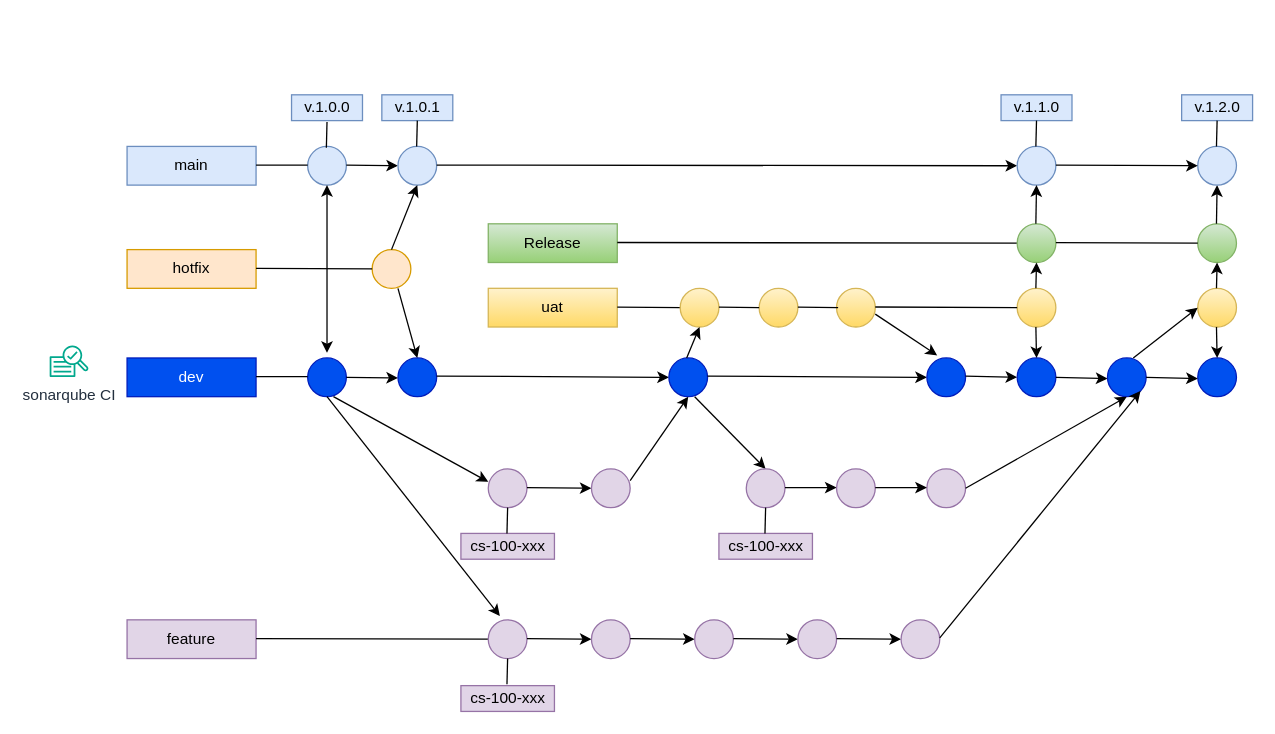
The draw.io diagram gitflow.drawio in chalermsakp/NestJS-DockerCompose, before the edit. Source tidied: cells renumbered, new cells numbered last; positions are measured from the earlier drawing's top-left corner, leaving out a move shared by most shapes. Both pictures are drawn from the tidied source at 129%, with x=0, y=0 at pixel (49, 94).
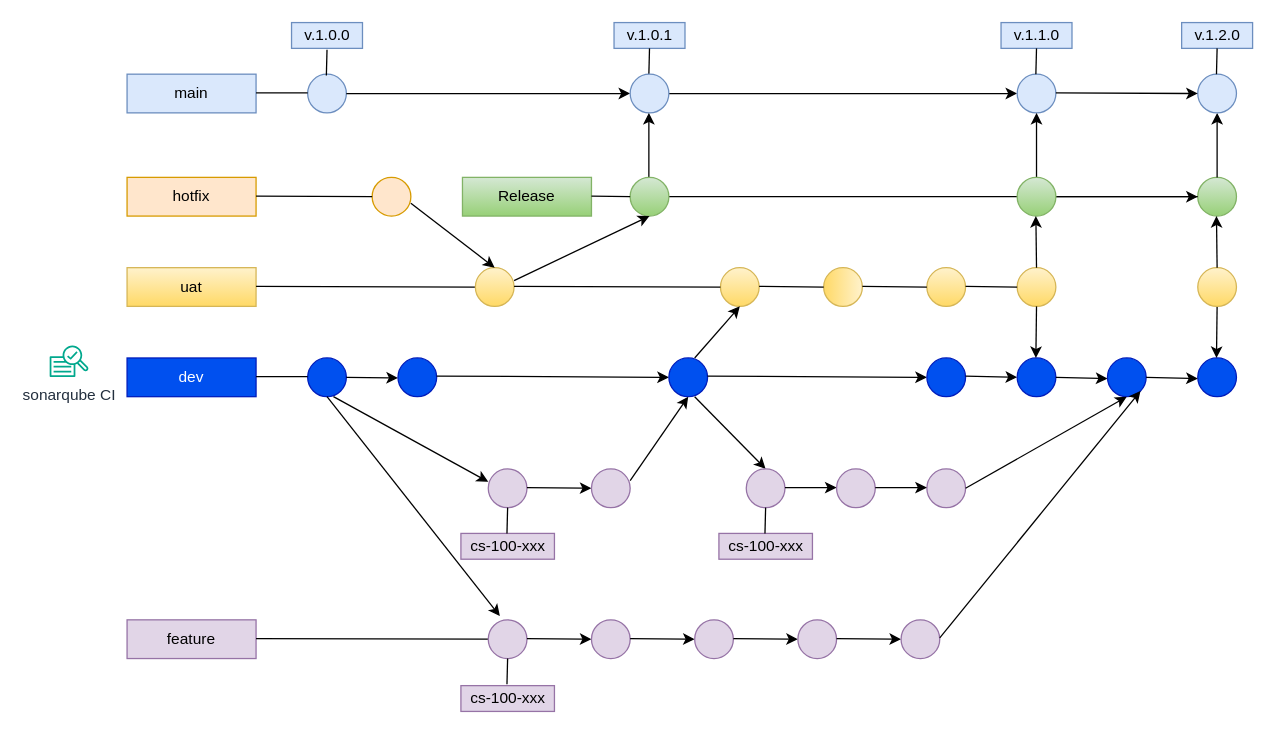
The same diagram, later.

The change refers to these unchanged cells:
```xml
<mxCell id="19" style="ellipse;whiteSpace=wrap;html=1;fillColor=#0050ef;strokeColor=#001DBC;fontColor=#ffffff;" parent="1" vertex="1">
  <mxGeometry x="270" y="204" width="30" height="30" as="geometry" />
</mxCell>
<mxCell id="44" style="ellipse;whiteSpace=wrap;html=1;fillColor=#0050ef;strokeColor=#001DBC;fontColor=#ffffff;" parent="1" vertex="1">
  <mxGeometry x="680" y="204" width="30" height="30" as="geometry" />
</mxCell>
<mxCell id="46" style="ellipse;whiteSpace=wrap;html=1;fillColor=#0050ef;strokeColor=#001DBC;fontColor=#ffffff;" parent="1" vertex="1">
  <mxGeometry x="750" y="204" width="30" height="30" as="geometry" />
</mxCell>
```

The edit, as a diff of the source:
```diff
@@
     <mxCell id="2" value="main" style="rounded=0;whiteSpace=wrap;html=1;fillColor=#dae8fc;strokeColor=#6c8ebf;" parent="1" vertex="1">
-      <mxGeometry x="60" y="40" width="100" height="30" as="geometry" />
+      <mxGeometry x="60" y="-16" width="100" height="30" as="geometry" />
     </mxCell>
     <mxCell id="3" value="hotfix" style="rounded=0;whiteSpace=wrap;html=1;fillColor=#ffe6cc;strokeColor=#d79b00;" parent="1" vertex="1">
-      <mxGeometry x="60" y="120" width="100" height="30" as="geometry" />
+      <mxGeometry x="60" y="64" width="100" height="30" as="geometry" />
     </mxCell>
@@
     <mxCell id="7" style="ellipse;whiteSpace=wrap;html=1;fillColor=#dae8fc;strokeColor=#6c8ebf;" parent="1" vertex="1">
-      <mxGeometry x="200" y="40" width="30" height="30" as="geometry" />
+      <mxGeometry x="200" y="-16" width="30" height="30" as="geometry" />
     </mxCell>
     <mxCell id="8" style="endArrow=none;html=1;rounded=0;" parent="1" edge="1">
       <mxGeometry relative="1" as="geometry">
-        <mxPoint x="160" y="54.5" as="sourcePoint" />
-        <mxPoint x="200" y="54.5" as="targetPoint" />
+        <mxPoint x="160" y="-1.5" as="sourcePoint" />
+        <mxPoint x="200" y="-1.5" as="targetPoint" />
       </mxGeometry>
     </mxCell>
     <mxCell id="9" style="endArrow=none;html=1;rounded=0;" parent="1" edge="1">
       <mxGeometry relative="1" as="geometry">
-        <mxPoint x="215" y="21" as="sourcePoint" />
-        <mxPoint x="214.5" y="41" as="targetPoint" />
+        <mxPoint x="215" y="-35" as="sourcePoint" />
+        <mxPoint x="214.5" y="-15" as="targetPoint" />
       </mxGeometry>
     </mxCell>
     <mxCell id="10" value="v.1.0.0" style="rounded=0;whiteSpace=wrap;html=1;fillColor=#dae8fc;strokeColor=#6c8ebf;" parent="1" vertex="1">
-      <mxGeometry x="187.5" width="55" height="20" as="geometry" />
+      <mxGeometry x="187.5" y="-56" width="55" height="20" as="geometry" />
     </mxCell>
-    <mxCell id="11" style="endArrow=classic;html=1;rounded=0;" parent="1" edge="1">
-      <mxGeometry relative="1" as="geometry">
-        <mxPoint x="230" y="54.5" as="sourcePoint" />
-        <mxPoint x="270" y="55" as="targetPoint" />
-      </mxGeometry>
-    </mxCell>
-    <mxCell id="12" style="ellipse;whiteSpace=wrap;html=1;fillColor=#dae8fc;strokeColor=#6c8ebf;" parent="1" vertex="1">
-      <mxGeometry x="270" y="40" width="30" height="30" as="geometry" />
-    </mxCell>
     <mxCell id="13" value="v.1.0.1" style="rounded=0;whiteSpace=wrap;html=1;fillColor=#dae8fc;strokeColor=#6c8ebf;" parent="1" vertex="1">
-      <mxGeometry x="257.5" width="55" height="20" as="geometry" />
+      <mxGeometry x="437.5" y="-56" width="55" height="20" as="geometry" />
     </mxCell>
     <mxCell id="14" style="endArrow=none;html=1;rounded=0;" parent="1" edge="1">
       <mxGeometry relative="1" as="geometry">
-        <mxPoint x="285" y="20" as="sourcePoint" />
-        <mxPoint x="284.5" y="40" as="targetPoint" />
+        <mxPoint x="465" y="-36" as="sourcePoint" />
+        <mxPoint x="464.5" y="-16" as="targetPoint" />
       </mxGeometry>
     </mxCell>
-    <mxCell id="15" style="endArrow=classic;startArrow=classic;html=1;rounded=0;entryX=0.5;entryY=1;entryDx=0;entryDy=0;" parent="1" edge="1" target="7">
-      <mxGeometry relative="1" as="geometry">
-        <mxPoint x="215" y="200" as="sourcePoint" />
-      </mxGeometry>
-    </mxCell>
@@
     <mxCell id="20" style="ellipse;whiteSpace=wrap;html=1;fillColor=#ffe6cc;strokeColor=#d79b00;" parent="1" vertex="1">
-      <mxGeometry x="250" y="120" width="30" height="30" as="geometry" />
+      <mxGeometry x="250" y="64" width="30" height="30" as="geometry" />
     </mxCell>
     <mxCell id="21" style="endArrow=none;html=1;rounded=0;entryX=0;entryY=0.5;entryDx=0;entryDy=0;" parent="1" edge="1" target="20">
       <mxGeometry relative="1" as="geometry">
-        <mxPoint x="160" y="134.5" as="sourcePoint" />
+        <mxPoint x="160" y="78.5" as="sourcePoint" />
       </mxGeometry>
     </mxCell>
-    <mxCell id="22" style="endArrow=classic;html=1;rounded=0;entryX=0.5;entryY=0;entryDx=0;entryDy=0;" parent="1" edge="1" target="19">
-      <mxGeometry relative="1" as="geometry">
-        <mxPoint x="270" y="150" as="sourcePoint" />
-      </mxGeometry>
-    </mxCell>
-    <mxCell id="23" style="endArrow=classic;html=1;rounded=0;entryX=0.5;entryY=1;entryDx=0;entryDy=0;" parent="1" edge="1" target="12">
-      <mxGeometry relative="1" as="geometry">
-        <mxPoint x="265" y="120" as="sourcePoint" />
-      </mxGeometry>
-    </mxCell>
@@
     <mxCell id="50" value="uat" style="rounded=0;whiteSpace=wrap;html=1;fillColor=#fff2cc;strokeColor=#d6b656;gradientColor=#ffd966;" parent="1" vertex="1">
-      <mxGeometry x="340" y="150" width="100" height="30" as="geometry" />
+      <mxGeometry x="60" y="134" width="100" height="30" as="geometry" />
     </mxCell>
-    <mxCell id="51" style="endArrow=none;html=1;rounded=0;" parent="1" edge="1">
+    <mxCell id="51" style="endArrow=none;html=1;rounded=0;entryX=0;entryY=0.5;entryDx=0;entryDy=0;" parent="1" edge="1" target="55">
       <mxGeometry relative="1" as="geometry">
-        <mxPoint x="440" y="164.5" as="sourcePoint" />
-        <mxPoint x="490" y="165" as="targetPoint" />
+        <mxPoint x="160" y="148.5" as="sourcePoint" />
       </mxGeometry>
     </mxCell>
-    <mxCell id="52" style="ellipse;whiteSpace=wrap;html=1;fillColor=#fff2cc;strokeColor=#d6b656;gradientColor=#ffd966;" parent="1" vertex="1">
-      <mxGeometry x="488.8" y="150" width="30" height="30" as="geometry" />
-    </mxCell>
-    <mxCell id="53" style="endArrow=classic;html=1;rounded=0;entryX=0.5;entryY=1;entryDx=0;entryDy=0;" parent="1" edge="1" target="52">
-      <mxGeometry relative="1" as="geometry">
-        <mxPoint x="493.8" y="204" as="sourcePoint" />
-      </mxGeometry>
-    </mxCell>
-    <mxCell id="54" style="ellipse;whiteSpace=wrap;html=1;fillColor=#fff2cc;strokeColor=#d6b656;gradientColor=#ffd966;" parent="1" vertex="1">
-      <mxGeometry x="550" y="150" width="30" height="30" as="geometry" />
-    </mxCell>
     <mxCell id="55" style="ellipse;whiteSpace=wrap;html=1;fillColor=#fff2cc;strokeColor=#d6b656;gradientColor=#ffd966;" parent="1" vertex="1">
-      <mxGeometry x="610" y="150" width="30" height="30" as="geometry" />
+      <mxGeometry x="330" y="134" width="30" height="30" as="geometry" />
     </mxCell>
-    <mxCell id="56" style="endArrow=none;html=1;rounded=0;entryX=0;entryY=0.5;entryDx=0;entryDy=0;" parent="1" edge="1" target="54">
-      <mxGeometry relative="1" as="geometry">
-        <mxPoint x="518.8" y="164.5" as="sourcePoint" />
-      </mxGeometry>
-    </mxCell>
-    <mxCell id="57" style="endArrow=none;html=1;rounded=0;entryX=0;entryY=0.5;entryDx=0;entryDy=0;" parent="1" edge="1">
-      <mxGeometry relative="1" as="geometry">
-        <mxPoint x="580" y="164.5" as="sourcePoint" />
-        <mxPoint x="611.2" y="165" as="targetPoint" />
-      </mxGeometry>
-    </mxCell>
     <mxCell id="58" value="Release" style="rounded=0;whiteSpace=wrap;html=1;fillColor=#d5e8d4;strokeColor=#82b366;gradientColor=#97d077;" parent="1" vertex="1">
-      <mxGeometry x="340" y="100" width="100" height="30" as="geometry" />
+      <mxGeometry x="320" y="64" width="100" height="30" as="geometry" />
     </mxCell>
-    <mxCell id="59" style="endArrow=none;html=1;rounded=0;entryX=0;entryY=0.5;entryDx=0;entryDy=0;" parent="1" edge="1" target="60">
-      <mxGeometry relative="1" as="geometry">
-        <mxPoint x="440" y="114.5" as="sourcePoint" />
-      </mxGeometry>
+    <mxCell id="59" style="endArrow=none;html=1;rounded=0;entryX=0;entryY=0.5;entryDx=0;entryDy=0;exitX=1;exitY=0.5;exitDx=0;exitDy=0;" parent="1" edge="1" source="113" target="60">
+      <mxGeometry relative="1" as="geometry" />
     </mxCell>
-    <mxCell id="60" style="ellipse;whiteSpace=wrap;html=1;fillColor=#d5e8d4;strokeColor=#82b366;gradientColor=#97d077;" parent="1" vertex="1">
-      <mxGeometry x="750" y="100" width="30" height="30" as="geometry" />
-    </mxCell>
+    <mxCell id="96" style="edgeStyle=orthogonalEdgeStyle;rounded=0;jettySize=auto;html=1;" parent="1" edge="1" source="60" target="86">
+      <mxGeometry relative="1" as="geometry" />
+    </mxCell>
-    <mxCell id="61" style="endArrow=classic;html=1;rounded=0;entryX=0;entryY=0.5;entryDx=0;entryDy=0;" parent="1" edge="1" target="62">
-      <mxGeometry relative="1" as="geometry">
-        <mxPoint x="300" y="54.5" as="sourcePoint" />
-      </mxGeometry>
+    <mxCell id="61" style="endArrow=classic;html=1;rounded=0;entryX=0;entryY=0.5;entryDx=0;entryDy=0;" parent="1" edge="1" source="12" target="62">
+      <mxGeometry relative="1" as="geometry" />
     </mxCell>
     <mxCell id="62" style="ellipse;whiteSpace=wrap;html=1;fillColor=#dae8fc;strokeColor=#6c8ebf;" parent="1" vertex="1">
-      <mxGeometry x="750" y="40" width="30" height="30" as="geometry" />
+      <mxGeometry x="750" y="-16" width="30" height="30" as="geometry" />
     </mxCell>
-    <mxCell id="63" style="endArrow=classic;html=1;rounded=0;entryX=0.267;entryY=-0.067;entryDx=0;entryDy=0;entryPerimeter=0;" parent="1" edge="1" target="44">
-      <mxGeometry relative="1" as="geometry">
-        <mxPoint x="640" y="170" as="sourcePoint" />
-      </mxGeometry>
-    </mxCell>
     <mxCell id="64" style="ellipse;whiteSpace=wrap;html=1;fillColor=#fff2cc;strokeColor=#d6b656;gradientColor=#ffd966;" parent="1" vertex="1">
-      <mxGeometry x="750" y="150" width="30" height="30" as="geometry" />
+      <mxGeometry x="520" y="134" width="30" height="30" as="geometry" />
     </mxCell>
     <mxCell id="65" style="endArrow=none;html=1;rounded=0;entryX=0;entryY=0.5;entryDx=0;entryDy=0;" parent="1" edge="1" target="64">
       <mxGeometry relative="1" as="geometry">
-        <mxPoint x="640" y="164.5" as="sourcePoint" />
+        <mxPoint x="360" y="148.5" as="sourcePoint" />
       </mxGeometry>
     </mxCell>
-    <mxCell id="66" style="endArrow=classic;html=1;rounded=0;entryX=0.5;entryY=1;entryDx=0;entryDy=0;" parent="1" edge="1" target="60">
-      <mxGeometry relative="1" as="geometry">
-        <mxPoint x="764.5" y="150" as="sourcePoint" />
-      </mxGeometry>
-    </mxCell>
-    <mxCell id="67" style="endArrow=classic;html=1;rounded=0;entryX=0.5;entryY=1;entryDx=0;entryDy=0;" parent="1" edge="1" target="62">
-      <mxGeometry relative="1" as="geometry">
-        <mxPoint x="764.5" y="100" as="sourcePoint" />
-      </mxGeometry>
+    <mxCell id="67" style="endArrow=classic;html=1;rounded=0;entryX=0.5;entryY=1;entryDx=0;entryDy=0;exitX=0.5;exitY=0;exitDx=0;exitDy=0;" parent="1" edge="1" source="60" target="62">
+      <mxGeometry relative="1" as="geometry" />
     </mxCell>
@@
-    <mxCell id="82" style="ellipse;whiteSpace=wrap;html=1;fillColor=#fff2cc;strokeColor=#d6b656;gradientColor=#ffd966;" parent="1" vertex="1">
-      <mxGeometry x="890" y="150" width="30" height="30" as="geometry" />
-    </mxCell>
-    <mxCell id="83" style="endArrow=classic;html=1;rounded=0;entryX=0;entryY=0.5;entryDx=0;entryDy=0;" parent="1" edge="1" target="82">
-      <mxGeometry relative="1" as="geometry">
-        <mxPoint x="840" y="204" as="sourcePoint" />
-      </mxGeometry>
-    </mxCell>
-    <mxCell id="84" style="endArrow=classic;html=1;rounded=0;entryX=0.5;entryY=0;entryDx=0;entryDy=0;" parent="1" edge="1" target="46">
-      <mxGeometry relative="1" as="geometry">
-        <mxPoint x="764.5" y="180" as="sourcePoint" />
-      </mxGeometry>
-    </mxCell>
-    <mxCell id="85" style="endArrow=classic;html=1;rounded=0;entryX=0.5;entryY=0;entryDx=0;entryDy=0;" parent="1" edge="1">
-      <mxGeometry relative="1" as="geometry">
-        <mxPoint x="904.5" y="180" as="sourcePoint" />
-        <mxPoint x="905" y="204" as="targetPoint" />
-      </mxGeometry>
-    </mxCell>
     <mxCell id="86" style="ellipse;whiteSpace=wrap;html=1;fillColor=#d5e8d4;strokeColor=#82b366;gradientColor=#97d077;" parent="1" vertex="1">
-      <mxGeometry x="890" y="100" width="30" height="30" as="geometry" />
+      <mxGeometry x="890" y="64" width="30" height="30" as="geometry" />
     </mxCell>
-    <mxCell id="87" style="endArrow=classic;html=1;rounded=0;entryX=0.5;entryY=1;entryDx=0;entryDy=0;" parent="1" edge="1">
-      <mxGeometry relative="1" as="geometry">
-        <mxPoint x="904.5" y="150" as="sourcePoint" />
-        <mxPoint x="905" y="130" as="targetPoint" />
-      </mxGeometry>
-    </mxCell>
-    <mxCell id="88" style="endArrow=none;html=1;rounded=0;entryX=0;entryY=0.5;entryDx=0;entryDy=0;" parent="1" edge="1" target="86">
-      <mxGeometry relative="1" as="geometry">
-        <mxPoint x="780" y="114.5" as="sourcePoint" />
-      </mxGeometry>
+    <mxCell id="88" style="endArrow=none;html=1;rounded=0;entryX=0;entryY=0.5;entryDx=0;entryDy=0;" parent="1" edge="1" source="60" target="86">
+      <mxGeometry relative="1" as="geometry" />
     </mxCell>
-    <mxCell id="89" style="endArrow=classic;html=1;rounded=0;entryX=0.5;entryY=1;entryDx=0;entryDy=0;" parent="1" edge="1">
+    <mxCell id="89" style="endArrow=classic;html=1;rounded=0;entryX=0.5;entryY=1;entryDx=0;entryDy=0;exitX=0.5;exitY=0;exitDx=0;exitDy=0;" parent="1" edge="1" source="86">
       <mxGeometry relative="1" as="geometry">
-        <mxPoint x="904.5" y="100" as="sourcePoint" />
-        <mxPoint x="905" y="70" as="targetPoint" />
+        <mxPoint x="905" y="14" as="targetPoint" />
       </mxGeometry>
     </mxCell>
     <mxCell id="90" style="ellipse;whiteSpace=wrap;html=1;fillColor=#dae8fc;strokeColor=#6c8ebf;direction=south;" parent="1" vertex="1">
-      <mxGeometry x="890" y="40" width="30" height="30" as="geometry" />
+      <mxGeometry x="890" y="-16" width="30" height="30" as="geometry" />
     </mxCell>
     <mxCell id="91" style="endArrow=classic;html=1;rounded=0;entryX=0.5;entryY=1;entryDx=0;entryDy=0;" parent="1" edge="1" target="90">
       <mxGeometry relative="1" as="geometry">
-        <mxPoint x="780" y="54.5" as="sourcePoint" />
+        <mxPoint x="780" y="-1.5" as="sourcePoint" />
       </mxGeometry>
     </mxCell>
     <mxCell id="92" value="v.1.1.0" style="rounded=0;whiteSpace=wrap;html=1;fillColor=#dae8fc;strokeColor=#6c8ebf;" parent="1" vertex="1">
-      <mxGeometry x="737.5" width="55" height="20" as="geometry" />
+      <mxGeometry x="737.5" y="-56" width="55" height="20" as="geometry" />
     </mxCell>
     <mxCell id="93" value="v.1.2.0" style="rounded=0;whiteSpace=wrap;html=1;fillColor=#dae8fc;strokeColor=#6c8ebf;" parent="1" vertex="1">
-      <mxGeometry x="877.5" width="55" height="20" as="geometry" />
+      <mxGeometry x="877.5" y="-56" width="55" height="20" as="geometry" />
     </mxCell>
     <mxCell id="94" style="endArrow=none;html=1;rounded=0;" parent="1" edge="1">
       <mxGeometry relative="1" as="geometry">
-        <mxPoint x="765" y="20" as="sourcePoint" />
-        <mxPoint x="764.5" y="40" as="targetPoint" />
+        <mxPoint x="765" y="-36" as="sourcePoint" />
+        <mxPoint x="764.5" y="-16" as="targetPoint" />
       </mxGeometry>
     </mxCell>
     <mxCell id="95" style="endArrow=none;html=1;rounded=0;" parent="1" edge="1">
       <mxGeometry relative="1" as="geometry">
-        <mxPoint x="905" y="20" as="sourcePoint" />
-        <mxPoint x="904.5" y="40" as="targetPoint" />
+        <mxPoint x="905" y="-36" as="sourcePoint" />
+        <mxPoint x="904.5" y="-16" as="targetPoint" />
       </mxGeometry>
     </mxCell>
+    <mxCell id="97" style="endArrow=none;html=1;rounded=0;entryX=0;entryY=0.5;entryDx=0;entryDy=0;" parent="1" edge="1" target="60">
+      <mxGeometry relative="1" as="geometry">
+        <mxPoint x="767.5" y="78.5" as="sourcePoint" />
+      </mxGeometry>
+    </mxCell>
+    <mxCell id="60" style="ellipse;whiteSpace=wrap;html=1;fillColor=#d5e8d4;strokeColor=#82b366;gradientColor=#97d077;" parent="1" vertex="1">
+      <mxGeometry x="750" y="64" width="30" height="30" as="geometry" />
+    </mxCell>
+    <mxCell id="98" style="endArrow=classic;html=1;rounded=0;entryX=0.5;entryY=0;entryDx=0;entryDy=0;exitX=0.5;exitY=1;exitDx=0;exitDy=0;" parent="1" edge="1" source="109">
+      <mxGeometry relative="1" as="geometry">
+        <mxPoint x="904.5" y="204" as="targetPoint" />
+      </mxGeometry>
+    </mxCell>
+    <mxCell id="99" style="endArrow=classic;html=1;rounded=0;entryX=0.5;entryY=0;entryDx=0;entryDy=0;" parent="1" edge="1" target="55">
+      <mxGeometry relative="1" as="geometry">
+        <mxPoint x="280" y="84" as="sourcePoint" />
+      </mxGeometry>
+    </mxCell>
+    <mxCell id="100" style="endArrow=classic;html=1;rounded=0;entryX=0.5;entryY=1;entryDx=0;entryDy=0;" parent="1" edge="1" target="64">
+      <mxGeometry relative="1" as="geometry">
+        <mxPoint x="500" y="204" as="sourcePoint" />
+      </mxGeometry>
+    </mxCell>
+    <mxCell id="101" style="ellipse;whiteSpace=wrap;html=1;fillColor=#fff2cc;strokeColor=#d6b656;gradientColor=#ffd966;direction=south;" parent="1" vertex="1">
+      <mxGeometry x="600" y="134" width="30" height="30" as="geometry" />
+    </mxCell>
+    <mxCell id="102" style="ellipse;whiteSpace=wrap;html=1;fillColor=#fff2cc;strokeColor=#d6b656;gradientColor=#ffd966;" parent="1" vertex="1">
+      <mxGeometry x="680" y="134" width="30" height="30" as="geometry" />
+    </mxCell>
+    <mxCell id="103" style="ellipse;whiteSpace=wrap;html=1;fillColor=#fff2cc;strokeColor=#d6b656;gradientColor=#ffd966;" parent="1" vertex="1">
+      <mxGeometry x="750" y="134" width="30" height="30" as="geometry" />
+    </mxCell>
+    <mxCell id="104" style="endArrow=none;html=1;rounded=0;" parent="1" edge="1">
+      <mxGeometry relative="1" as="geometry">
+        <mxPoint x="550" y="148.5" as="sourcePoint" />
+        <mxPoint x="600" y="149" as="targetPoint" />
+      </mxGeometry>
+    </mxCell>
+    <mxCell id="105" style="endArrow=classic;html=1;rounded=0;entryX=0;entryY=0.5;entryDx=0;entryDy=0;exitX=1;exitY=0.5;exitDx=0;exitDy=0;" parent="1" edge="1" source="7" target="12">
+      <mxGeometry relative="1" as="geometry" />
+    </mxCell>
+    <mxCell id="12" style="ellipse;whiteSpace=wrap;html=1;fillColor=#dae8fc;strokeColor=#6c8ebf;" parent="1" vertex="1">
+      <mxGeometry x="450" y="-16" width="30" height="30" as="geometry" />
+    </mxCell>
+    <mxCell id="106" style="endArrow=classic;html=1;rounded=0;entryX=0.5;entryY=1;entryDx=0;entryDy=0;exitX=0.5;exitY=0;exitDx=0;exitDy=0;" parent="1" edge="1">
+      <mxGeometry relative="1" as="geometry">
+        <mxPoint x="464.5" y="64" as="sourcePoint" />
+        <mxPoint x="464.5" y="14" as="targetPoint" />
+      </mxGeometry>
+    </mxCell>
+    <mxCell id="107" style="endArrow=none;html=1;rounded=0;" parent="1" edge="1">
+      <mxGeometry relative="1" as="geometry">
+        <mxPoint x="630" y="148.5" as="sourcePoint" />
+        <mxPoint x="680" y="149" as="targetPoint" />
+      </mxGeometry>
+    </mxCell>
+    <mxCell id="108" style="endArrow=none;html=1;rounded=0;entryX=0;entryY=0.5;entryDx=0;entryDy=0;" parent="1" edge="1" target="103">
+      <mxGeometry relative="1" as="geometry">
+        <mxPoint x="710" y="148.5" as="sourcePoint" />
+      </mxGeometry>
+    </mxCell>
+    <mxCell id="109" style="ellipse;whiteSpace=wrap;html=1;fillColor=#fff2cc;strokeColor=#d6b656;gradientColor=#ffd966;" parent="1" vertex="1">
+      <mxGeometry x="890" y="134" width="30" height="30" as="geometry" />
+    </mxCell>
+    <mxCell id="110" style="endArrow=classic;html=1;rounded=0;entryX=0.5;entryY=1;entryDx=0;entryDy=0;" parent="1" edge="1">
+      <mxGeometry relative="1" as="geometry">
+        <mxPoint x="765" y="134" as="sourcePoint" />
+        <mxPoint x="764.5" y="94" as="targetPoint" />
+      </mxGeometry>
+    </mxCell>
+    <mxCell id="111" style="endArrow=classic;html=1;rounded=0;entryX=0.5;entryY=1;entryDx=0;entryDy=0;" parent="1" edge="1">
+      <mxGeometry relative="1" as="geometry">
+        <mxPoint x="905" y="134" as="sourcePoint" />
+        <mxPoint x="904.5" y="94" as="targetPoint" />
+      </mxGeometry>
+    </mxCell>
+    <mxCell id="112" style="endArrow=classic;html=1;rounded=0;entryX=0.5;entryY=0;entryDx=0;entryDy=0;exitX=0.5;exitY=1;exitDx=0;exitDy=0;" parent="1" edge="1">
+      <mxGeometry relative="1" as="geometry">
+        <mxPoint x="765" y="164" as="sourcePoint" />
+        <mxPoint x="764.5" y="204" as="targetPoint" />
+      </mxGeometry>
+    </mxCell>
+    <mxCell id="113" style="ellipse;whiteSpace=wrap;html=1;fillColor=#d5e8d4;strokeColor=#82b366;gradientColor=#97d077;" parent="1" vertex="1">
+      <mxGeometry x="450" y="64" width="30" height="30" as="geometry" />
+    </mxCell>
+    <mxCell id="114" style="endArrow=classic;html=1;rounded=0;entryX=0.5;entryY=1;entryDx=0;entryDy=0;" parent="1" edge="1" target="113">
+      <mxGeometry relative="1" as="geometry">
+        <mxPoint x="360" y="144" as="sourcePoint" />
+      </mxGeometry>
+    </mxCell>
+    <mxCell id="115" style="endArrow=none;html=1;rounded=0;entryX=0;entryY=0.5;entryDx=0;entryDy=0;exitX=1;exitY=0.5;exitDx=0;exitDy=0;" parent="1" edge="1" target="113">
+      <mxGeometry relative="1" as="geometry">
+        <mxPoint x="420" y="78.5" as="sourcePoint" />
+      </mxGeometry>
+    </mxCell>
```
